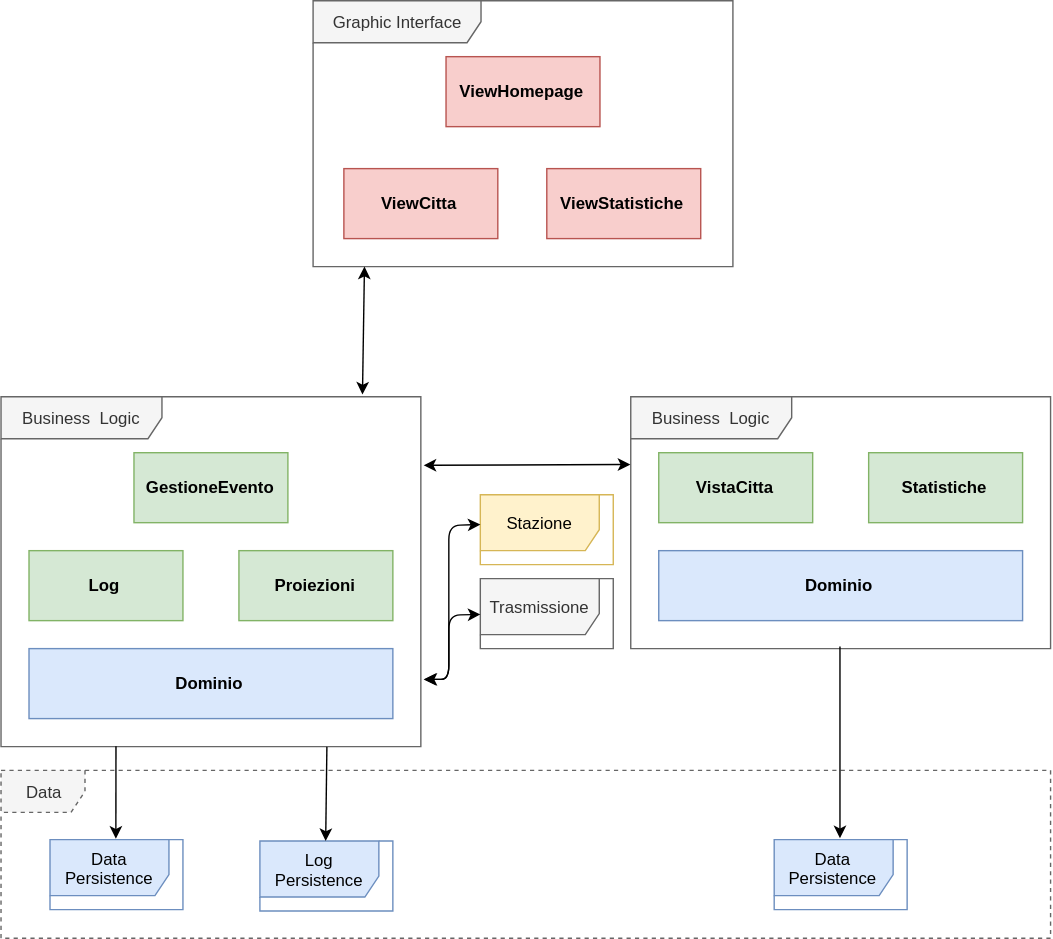
Before: resources/ArchitetturaSistema.svg, a diagram exported from draw.io (Leaaaf/weatherment.io). Source tidied: cells renumbered, new cells last; positions are measured from the earlier drawing's top-left corner, leaving out a move shared by most shapes. Source of this version:
```xml
<mxGraphModel>
  <root>
    <mxCell id="0" />
    <mxCell id="1" parent="0" />
    <mxCell id="2" value="Data" style="shape=umlFrame;whiteSpace=wrap;html=1;labelBackgroundColor=none;fillColor=#f5f5f5;fontColor=#333333;dashed=1;strokeColor=#666666;" parent="1" vertex="1">
      <mxGeometry y="550" width="750" height="120" as="geometry" />
    </mxCell>
    <mxCell id="3" value="Graphic Interface" style="shape=umlFrame;whiteSpace=wrap;html=1;width=120;height=30;fillColor=#f5f5f5;strokeColor=#666666;fontColor=#333333;" parent="1" vertex="1">
      <mxGeometry x="223" width="300" height="190" as="geometry" />
    </mxCell>
    <mxCell id="4" value="&lt;b&gt;ViewHomepage&lt;/b&gt;" style="html=1;fillColor=#f8cecc;strokeColor=#b85450;" parent="1" vertex="1">
      <mxGeometry x="318" y="40" width="110" height="50" as="geometry" />
    </mxCell>
    <mxCell id="5" value="&lt;b&gt;ViewCitta&lt;/b&gt;" style="html=1;fillColor=#f8cecc;strokeColor=#b85450;" parent="1" vertex="1">
      <mxGeometry x="245" y="120" width="110" height="50" as="geometry" />
    </mxCell>
    <mxCell id="6" value="&lt;b&gt;ViewStatistiche&lt;/b&gt;" style="html=1;fillColor=#f8cecc;strokeColor=#b85450;" parent="1" vertex="1">
      <mxGeometry x="390" y="120" width="110" height="50" as="geometry" />
    </mxCell>
    <mxCell id="7" value="Business &amp;nbsp;Logic" style="shape=umlFrame;whiteSpace=wrap;html=1;width=115;height=30;fillColor=#f5f5f5;strokeColor=#666666;fontColor=#333333;" parent="1" vertex="1">
      <mxGeometry y="283" width="300" height="250" as="geometry" />
    </mxCell>
    <mxCell id="8" value="Business &amp;nbsp;Logic" style="shape=umlFrame;whiteSpace=wrap;html=1;width=115;height=30;fillColor=#f5f5f5;strokeColor=#666666;fontColor=#333333;" parent="1" vertex="1">
      <mxGeometry x="450" y="283" width="300" height="180" as="geometry" />
    </mxCell>
    <mxCell id="9" value="&lt;b&gt;GestioneEvento&lt;/b&gt;" style="html=1;fillColor=#d5e8d4;strokeColor=#82b366;" parent="1" vertex="1">
      <mxGeometry x="95" y="323" width="110" height="50" as="geometry" />
    </mxCell>
    <mxCell id="10" value="&lt;b&gt;Proiezioni&lt;/b&gt;" style="html=1;fillColor=#d5e8d4;strokeColor=#82b366;" parent="1" vertex="1">
      <mxGeometry x="170" y="393" width="110" height="50" as="geometry" />
    </mxCell>
    <mxCell id="11" value="&lt;b&gt;Log&lt;/b&gt;" style="html=1;fillColor=#d5e8d4;strokeColor=#82b366;" parent="1" vertex="1">
      <mxGeometry x="20" y="393" width="110" height="50" as="geometry" />
    </mxCell>
    <mxCell id="12" value="&lt;b&gt;Dominio&lt;/b&gt;" style="html=1;fillColor=#dae8fc;strokeColor=#6c8ebf;" parent="1" vertex="1">
      <mxGeometry x="20" y="463" width="260" height="50" as="geometry" />
    </mxCell>
    <mxCell id="13" value="&lt;b&gt;Dominio&lt;/b&gt;" style="html=1;fillColor=#dae8fc;strokeColor=#6c8ebf;" parent="1" vertex="1">
      <mxGeometry x="470" y="393" width="260" height="50" as="geometry" />
    </mxCell>
    <mxCell id="14" value="&lt;b&gt;VistaCitta&lt;/b&gt;" style="html=1;fillColor=#d5e8d4;strokeColor=#82b366;" parent="1" vertex="1">
      <mxGeometry x="470" y="323" width="110" height="50" as="geometry" />
    </mxCell>
    <mxCell id="15" value="&lt;b&gt;Statistiche&lt;/b&gt;" style="html=1;fillColor=#d5e8d4;strokeColor=#82b366;" parent="1" vertex="1">
      <mxGeometry x="620" y="323" width="110" height="50" as="geometry" />
    </mxCell>
    <mxCell id="16" style="endArrow=classic;startArrow=classic;html=1;fontColor=#FFFFFF;entryX=0.12;entryY=1;entryDx=0;entryDy=0;entryPerimeter=0;exitX=0.86;exitY=-0.004;exitDx=0;exitDy=0;exitPerimeter=0;" parent="1" edge="1" source="7" target="3">
      <mxGeometry relative="1" as="geometry" />
    </mxCell>
    <mxCell id="17" style="endArrow=classic;startArrow=classic;html=1;fontColor=#FFFFFF;entryX=0;entryY=0.272;entryDx=0;entryDy=0;entryPerimeter=0;" parent="1" edge="1" target="8">
      <mxGeometry relative="1" as="geometry">
        <mxPoint x="302" y="332" as="sourcePoint" />
      </mxGeometry>
    </mxCell>
    <mxCell id="18" value="Data Persistence" style="shape=umlFrame;whiteSpace=wrap;html=1;fillColor=#dae8fc;width=85;height=40;strokeColor=#6c8ebf;" parent="1" vertex="1">
      <mxGeometry x="35" y="599.5" width="95" height="50" as="geometry" />
    </mxCell>
    <mxCell id="19" value="Data Persistence" style="shape=umlFrame;whiteSpace=wrap;html=1;width=85;height=40;fillColor=#dae8fc;labelBackgroundColor=none;labelBorderColor=none;strokeColor=#6c8ebf;" parent="1" vertex="1">
      <mxGeometry x="552.5" y="599.5" width="95" height="50" as="geometry" />
    </mxCell>
    <mxCell id="20" value="Log Persistence" style="shape=umlFrame;whiteSpace=wrap;html=1;fillColor=#dae8fc;width=85;height=40;strokeColor=#6c8ebf;" parent="1" vertex="1">
      <mxGeometry x="185" y="600.5" width="95" height="50" as="geometry" />
    </mxCell>
    <mxCell id="21" style="endArrow=classic;html=1;fontColor=#FFFFFF;entryX=0.474;entryY=-0.02;entryDx=0;entryDy=0;entryPerimeter=0;exitX=0.224;exitY=1.005;exitDx=0;exitDy=0;exitPerimeter=0;" parent="1" edge="1">
      <mxGeometry relative="1" as="geometry">
        <mxPoint x="82.1" y="532.8" as="sourcePoint" />
        <mxPoint x="82.1" y="598.8" as="targetPoint" />
      </mxGeometry>
    </mxCell>
    <mxCell id="22" style="endArrow=classic;html=1;fontColor=#FFFFFF;entryX=0.474;entryY=-0.02;entryDx=0;entryDy=0;entryPerimeter=0;exitX=0.776;exitY=1.002;exitDx=0;exitDy=0;exitPerimeter=0;" parent="1" edge="1">
      <mxGeometry relative="1" as="geometry">
        <mxPoint x="232.9" y="533.2" as="sourcePoint" />
        <mxPoint x="232" y="600.5" as="targetPoint" />
      </mxGeometry>
    </mxCell>
    <mxCell id="23" style="endArrow=classic;html=1;fontColor=#FFFFFF;" parent="1" edge="1">
      <mxGeometry relative="1" as="geometry">
        <mxPoint x="599.5" y="461.5" as="sourcePoint" />
        <mxPoint x="599.5" y="598.5" as="targetPoint" />
      </mxGeometry>
    </mxCell>
    <mxCell id="24" value="Stazione" style="shape=umlFrame;whiteSpace=wrap;html=1;fillColor=#fff2cc;width=85;height=40;strokeColor=#d6b656;" parent="1" vertex="1">
      <mxGeometry x="342.5" y="353" width="95" height="50" as="geometry" />
    </mxCell>
    <mxCell id="25" value="Trasmissione" style="shape=umlFrame;whiteSpace=wrap;html=1;fillColor=#f5f5f5;width=85;height=40;strokeColor=#666666;fontColor=#333333;" parent="1" vertex="1">
      <mxGeometry x="342.5" y="413" width="95" height="50" as="geometry" />
    </mxCell>
    <mxCell id="26" style="endArrow=classic;startArrow=classic;html=1;fontColor=#FFFFFF;entryX=0.002;entryY=0.508;entryDx=0;entryDy=0;entryPerimeter=0;" parent="1" edge="1" target="25">
      <mxGeometry relative="1" as="geometry">
        <mxPoint x="302" y="485" as="sourcePoint" />
        <Array as="points">
          <mxPoint x="320" y="485" />
          <mxPoint x="320" y="439" />
        </Array>
      </mxGeometry>
    </mxCell>
    <mxCell id="27" value="Text" style="text;html=1;align=left;verticalAlign=top;spacingTop=-4;fontColor=#FFFFFF;" parent="1" vertex="1">
      <mxGeometry x="519" y="556" width="40" height="20" as="geometry" />
    </mxCell>
    <mxCell id="28" style="endArrow=classic;startArrow=classic;html=1;fontColor=#FFFFFF;entryX=-0.003;entryY=0.432;entryDx=0;entryDy=0;entryPerimeter=0;exitX=1.009;exitY=0.828;exitDx=0;exitDy=0;exitPerimeter=0;" parent="1" edge="1" target="24">
      <mxGeometry relative="1" as="geometry">
        <mxPoint x="302.6" y="485" as="sourcePoint" />
        <Array as="points">
          <mxPoint x="320" y="485" />
          <mxPoint x="320" y="375" />
        </Array>
      </mxGeometry>
    </mxCell>
  </root>
</mxGraphModel>
```
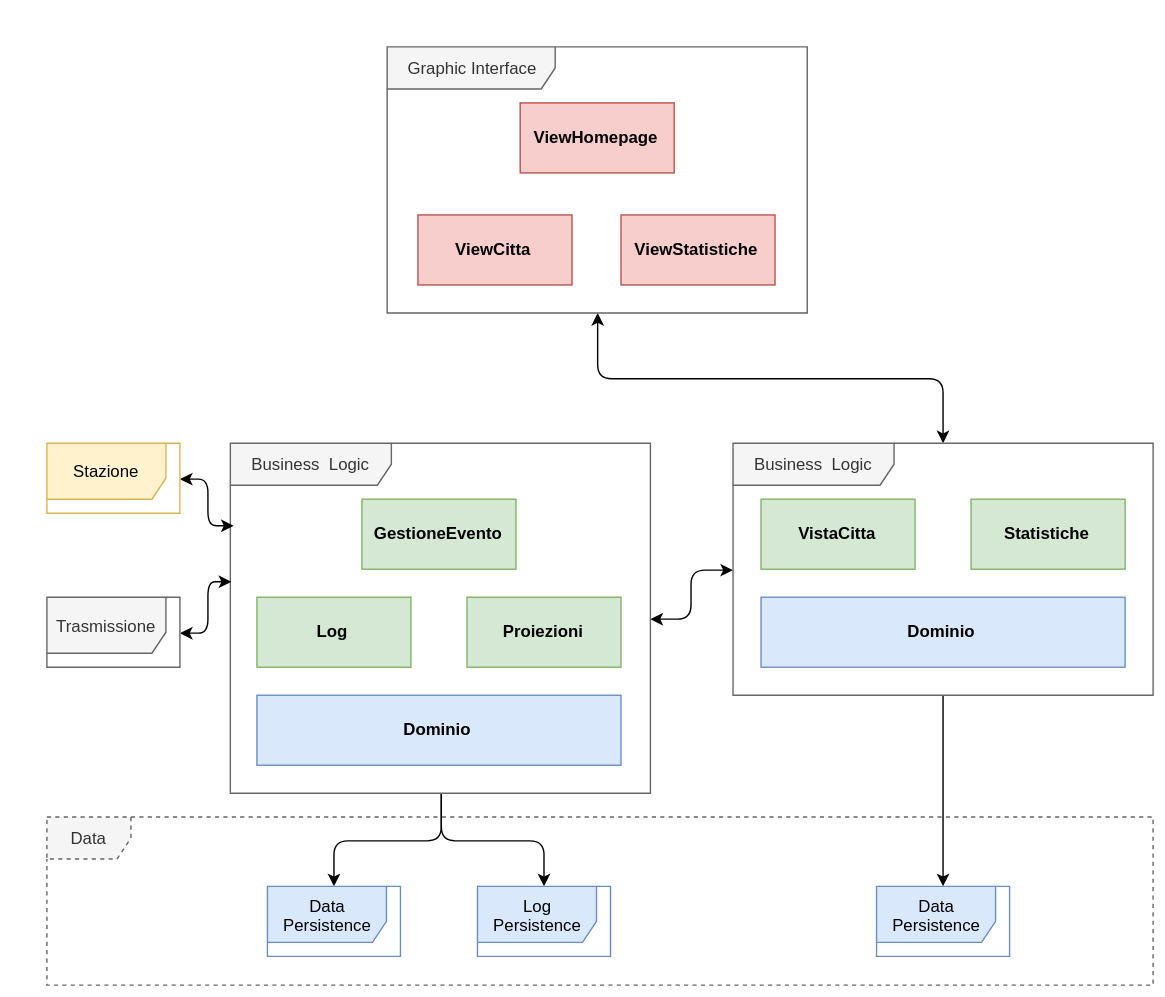
The same file after the commit.

Commit message:
Fixed diagram of architecture

Diff of the diagram source:
```diff
@@ -3,8 +3,11 @@
     <mxCell id="0" />
     <mxCell id="1" parent="0" />
     <mxCell id="2" value="Data" style="shape=umlFrame;whiteSpace=wrap;html=1;labelBackgroundColor=none;fillColor=#f5f5f5;fontColor=#333333;dashed=1;strokeColor=#666666;" parent="1" vertex="1">
-      <mxGeometry y="550" width="750" height="120" as="geometry" />
+      <mxGeometry x="-20" y="550" width="790" height="120" as="geometry" />
     </mxCell>
+    <mxCell id="29" style="edgeStyle=orthogonalEdgeStyle;jettySize=auto;html=1;rounded=1;startArrow=classic;startFill=1;" parent="1" edge="1" source="3" target="8">
+      <mxGeometry relative="1" as="geometry" />
+    </mxCell>
     <mxCell id="3" value="Graphic Interface" style="shape=umlFrame;whiteSpace=wrap;html=1;width=120;height=30;fillColor=#f5f5f5;strokeColor=#666666;fontColor=#333333;" parent="1" vertex="1">
       <mxGeometry x="223" width="300" height="190" as="geometry" />
     </mxCell>
@@ -17,94 +20,68 @@
     <mxCell id="6" value="&lt;b&gt;ViewStatistiche&lt;/b&gt;" style="html=1;fillColor=#f8cecc;strokeColor=#b85450;" parent="1" vertex="1">
       <mxGeometry x="390" y="120" width="110" height="50" as="geometry" />
     </mxCell>
+    <mxCell id="30" style="edgeStyle=orthogonalEdgeStyle;rounded=1;jettySize=auto;html=1;" parent="1" edge="1" source="7" target="18">
+      <mxGeometry relative="1" as="geometry" />
+    </mxCell>
+    <mxCell id="31" style="edgeStyle=orthogonalEdgeStyle;rounded=1;jettySize=auto;html=1;" parent="1" edge="1" source="7" target="20">
+      <mxGeometry relative="1" as="geometry" />
+    </mxCell>
+    <mxCell id="32" style="edgeStyle=orthogonalEdgeStyle;rounded=1;jettySize=auto;html=1;startArrow=classic;startFill=1;" parent="1" edge="1" source="7" target="8">
+      <mxGeometry relative="1" as="geometry" />
+    </mxCell>
     <mxCell id="7" value="Business &amp;nbsp;Logic" style="shape=umlFrame;whiteSpace=wrap;html=1;width=115;height=30;fillColor=#f5f5f5;strokeColor=#666666;fontColor=#333333;" parent="1" vertex="1">
-      <mxGeometry y="283" width="300" height="250" as="geometry" />
+      <mxGeometry x="111" y="283" width="300" height="250" as="geometry" />
     </mxCell>
+    <mxCell id="33" style="edgeStyle=orthogonalEdgeStyle;rounded=1;jettySize=auto;html=1;" parent="1" edge="1" source="8" target="19">
+      <mxGeometry relative="1" as="geometry" />
+    </mxCell>
     <mxCell id="8" value="Business &amp;nbsp;Logic" style="shape=umlFrame;whiteSpace=wrap;html=1;width=115;height=30;fillColor=#f5f5f5;strokeColor=#666666;fontColor=#333333;" parent="1" vertex="1">
-      <mxGeometry x="450" y="283" width="300" height="180" as="geometry" />
+      <mxGeometry x="470" y="283" width="300" height="180" as="geometry" />
     </mxCell>
     <mxCell id="9" value="&lt;b&gt;GestioneEvento&lt;/b&gt;" style="html=1;fillColor=#d5e8d4;strokeColor=#82b366;" parent="1" vertex="1">
-      <mxGeometry x="95" y="323" width="110" height="50" as="geometry" />
+      <mxGeometry x="205" y="323" width="110" height="50" as="geometry" />
     </mxCell>
     <mxCell id="10" value="&lt;b&gt;Proiezioni&lt;/b&gt;" style="html=1;fillColor=#d5e8d4;strokeColor=#82b366;" parent="1" vertex="1">
-      <mxGeometry x="170" y="393" width="110" height="50" as="geometry" />
+      <mxGeometry x="280" y="393" width="110" height="50" as="geometry" />
     </mxCell>
     <mxCell id="11" value="&lt;b&gt;Log&lt;/b&gt;" style="html=1;fillColor=#d5e8d4;strokeColor=#82b366;" parent="1" vertex="1">
-      <mxGeometry x="20" y="393" width="110" height="50" as="geometry" />
+      <mxGeometry x="130" y="393" width="110" height="50" as="geometry" />
     </mxCell>
     <mxCell id="12" value="&lt;b&gt;Dominio&lt;/b&gt;" style="html=1;fillColor=#dae8fc;strokeColor=#6c8ebf;" parent="1" vertex="1">
-      <mxGeometry x="20" y="463" width="260" height="50" as="geometry" />
+      <mxGeometry x="130" y="463" width="260" height="50" as="geometry" />
     </mxCell>
     <mxCell id="13" value="&lt;b&gt;Dominio&lt;/b&gt;" style="html=1;fillColor=#dae8fc;strokeColor=#6c8ebf;" parent="1" vertex="1">
-      <mxGeometry x="470" y="393" width="260" height="50" as="geometry" />
+      <mxGeometry x="490" y="393" width="260" height="50" as="geometry" />
     </mxCell>
     <mxCell id="14" value="&lt;b&gt;VistaCitta&lt;/b&gt;" style="html=1;fillColor=#d5e8d4;strokeColor=#82b366;" parent="1" vertex="1">
-      <mxGeometry x="470" y="323" width="110" height="50" as="geometry" />
+      <mxGeometry x="490" y="323" width="110" height="50" as="geometry" />
     </mxCell>
     <mxCell id="15" value="&lt;b&gt;Statistiche&lt;/b&gt;" style="html=1;fillColor=#d5e8d4;strokeColor=#82b366;" parent="1" vertex="1">
-      <mxGeometry x="620" y="323" width="110" height="50" as="geometry" />
+      <mxGeometry x="640" y="323" width="110" height="50" as="geometry" />
     </mxCell>
-    <mxCell id="16" style="endArrow=classic;startArrow=classic;html=1;fontColor=#FFFFFF;entryX=0.12;entryY=1;entryDx=0;entryDy=0;entryPerimeter=0;exitX=0.86;exitY=-0.004;exitDx=0;exitDy=0;exitPerimeter=0;" parent="1" edge="1" source="7" target="3">
-      <mxGeometry relative="1" as="geometry" />
-    </mxCell>
-    <mxCell id="17" style="endArrow=classic;startArrow=classic;html=1;fontColor=#FFFFFF;entryX=0;entryY=0.272;entryDx=0;entryDy=0;entryPerimeter=0;" parent="1" edge="1" target="8">
-      <mxGeometry relative="1" as="geometry">
-        <mxPoint x="302" y="332" as="sourcePoint" />
-      </mxGeometry>
-    </mxCell>
     <mxCell id="18" value="Data Persistence" style="shape=umlFrame;whiteSpace=wrap;html=1;fillColor=#dae8fc;width=85;height=40;strokeColor=#6c8ebf;" parent="1" vertex="1">
-      <mxGeometry x="35" y="599.5" width="95" height="50" as="geometry" />
+      <mxGeometry x="137.5" y="599.5" width="95" height="50" as="geometry" />
     </mxCell>
     <mxCell id="19" value="Data Persistence" style="shape=umlFrame;whiteSpace=wrap;html=1;width=85;height=40;fillColor=#dae8fc;labelBackgroundColor=none;labelBorderColor=none;strokeColor=#6c8ebf;" parent="1" vertex="1">
-      <mxGeometry x="552.5" y="599.5" width="95" height="50" as="geometry" />
+      <mxGeometry x="572.5" y="599.5" width="95" height="50" as="geometry" />
     </mxCell>
     <mxCell id="20" value="Log Persistence" style="shape=umlFrame;whiteSpace=wrap;html=1;fillColor=#dae8fc;width=85;height=40;strokeColor=#6c8ebf;" parent="1" vertex="1">
-      <mxGeometry x="185" y="600.5" width="95" height="50" as="geometry" />
+      <mxGeometry x="287.5" y="599.5" width="95" height="50" as="geometry" />
     </mxCell>
-    <mxCell id="21" style="endArrow=classic;html=1;fontColor=#FFFFFF;entryX=0.474;entryY=-0.02;entryDx=0;entryDy=0;entryPerimeter=0;exitX=0.224;exitY=1.005;exitDx=0;exitDy=0;exitPerimeter=0;" parent="1" edge="1">
-      <mxGeometry relative="1" as="geometry">
-        <mxPoint x="82.1" y="532.8" as="sourcePoint" />
-        <mxPoint x="82.1" y="598.8" as="targetPoint" />
-      </mxGeometry>
-    </mxCell>
-    <mxCell id="22" style="endArrow=classic;html=1;fontColor=#FFFFFF;entryX=0.474;entryY=-0.02;entryDx=0;entryDy=0;entryPerimeter=0;exitX=0.776;exitY=1.002;exitDx=0;exitDy=0;exitPerimeter=0;" parent="1" edge="1">
-      <mxGeometry relative="1" as="geometry">
-        <mxPoint x="232.9" y="533.2" as="sourcePoint" />
-        <mxPoint x="232" y="600.5" as="targetPoint" />
-      </mxGeometry>
-    </mxCell>
-    <mxCell id="23" style="endArrow=classic;html=1;fontColor=#FFFFFF;" parent="1" edge="1">
-      <mxGeometry relative="1" as="geometry">
-        <mxPoint x="599.5" y="461.5" as="sourcePoint" />
-        <mxPoint x="599.5" y="598.5" as="targetPoint" />
-      </mxGeometry>
-    </mxCell>
+    <mxCell id="27" value="Text" style="text;html=1;align=left;verticalAlign=top;spacingTop=-4;fontColor=#FFFFFF;" parent="1" vertex="1">
+      <mxGeometry x="519" y="556" width="40" height="20" as="geometry" />
+    </mxCell>
+    <mxCell id="34" style="edgeStyle=orthogonalEdgeStyle;rounded=1;jettySize=auto;html=1;entryX=0.006;entryY=0.235;entryDx=0;entryDy=0;entryPerimeter=0;startArrow=classic;startFill=1;" parent="1" edge="1" source="24" target="7">
+      <mxGeometry relative="1" as="geometry" />
+    </mxCell>
     <mxCell id="24" value="Stazione" style="shape=umlFrame;whiteSpace=wrap;html=1;fillColor=#fff2cc;width=85;height=40;strokeColor=#d6b656;" parent="1" vertex="1">
-      <mxGeometry x="342.5" y="353" width="95" height="50" as="geometry" />
+      <mxGeometry x="-20" y="283" width="95" height="50" as="geometry" />
     </mxCell>
+    <mxCell id="35" style="edgeStyle=orthogonalEdgeStyle;rounded=1;jettySize=auto;html=1;entryX=0.003;entryY=0.395;entryDx=0;entryDy=0;entryPerimeter=0;startArrow=classic;startFill=1;" parent="1" edge="1" source="25" target="7">
+      <mxGeometry relative="1" as="geometry" />
+    </mxCell>
     <mxCell id="25" value="Trasmissione" style="shape=umlFrame;whiteSpace=wrap;html=1;fillColor=#f5f5f5;width=85;height=40;strokeColor=#666666;fontColor=#333333;" parent="1" vertex="1">
-      <mxGeometry x="342.5" y="413" width="95" height="50" as="geometry" />
+      <mxGeometry x="-20" y="393" width="95" height="50" as="geometry" />
     </mxCell>
-    <mxCell id="26" style="endArrow=classic;startArrow=classic;html=1;fontColor=#FFFFFF;entryX=0.002;entryY=0.508;entryDx=0;entryDy=0;entryPerimeter=0;" parent="1" edge="1" target="25">
-      <mxGeometry relative="1" as="geometry">
-        <mxPoint x="302" y="485" as="sourcePoint" />
-        <Array as="points">
-          <mxPoint x="320" y="485" />
-          <mxPoint x="320" y="439" />
-        </Array>
-      </mxGeometry>
-    </mxCell>
-    <mxCell id="27" value="Text" style="text;html=1;align=left;verticalAlign=top;spacingTop=-4;fontColor=#FFFFFF;" parent="1" vertex="1">
-      <mxGeometry x="519" y="556" width="40" height="20" as="geometry" />
-    </mxCell>
-    <mxCell id="28" style="endArrow=classic;startArrow=classic;html=1;fontColor=#FFFFFF;entryX=-0.003;entryY=0.432;entryDx=0;entryDy=0;entryPerimeter=0;exitX=1.009;exitY=0.828;exitDx=0;exitDy=0;exitPerimeter=0;" parent="1" edge="1" target="24">
-      <mxGeometry relative="1" as="geometry">
-        <mxPoint x="302.6" y="485" as="sourcePoint" />
-        <Array as="points">
-          <mxPoint x="320" y="485" />
-          <mxPoint x="320" y="375" />
-        </Array>
-      </mxGeometry>
-    </mxCell>
   </root>
 </mxGraphModel>
```
